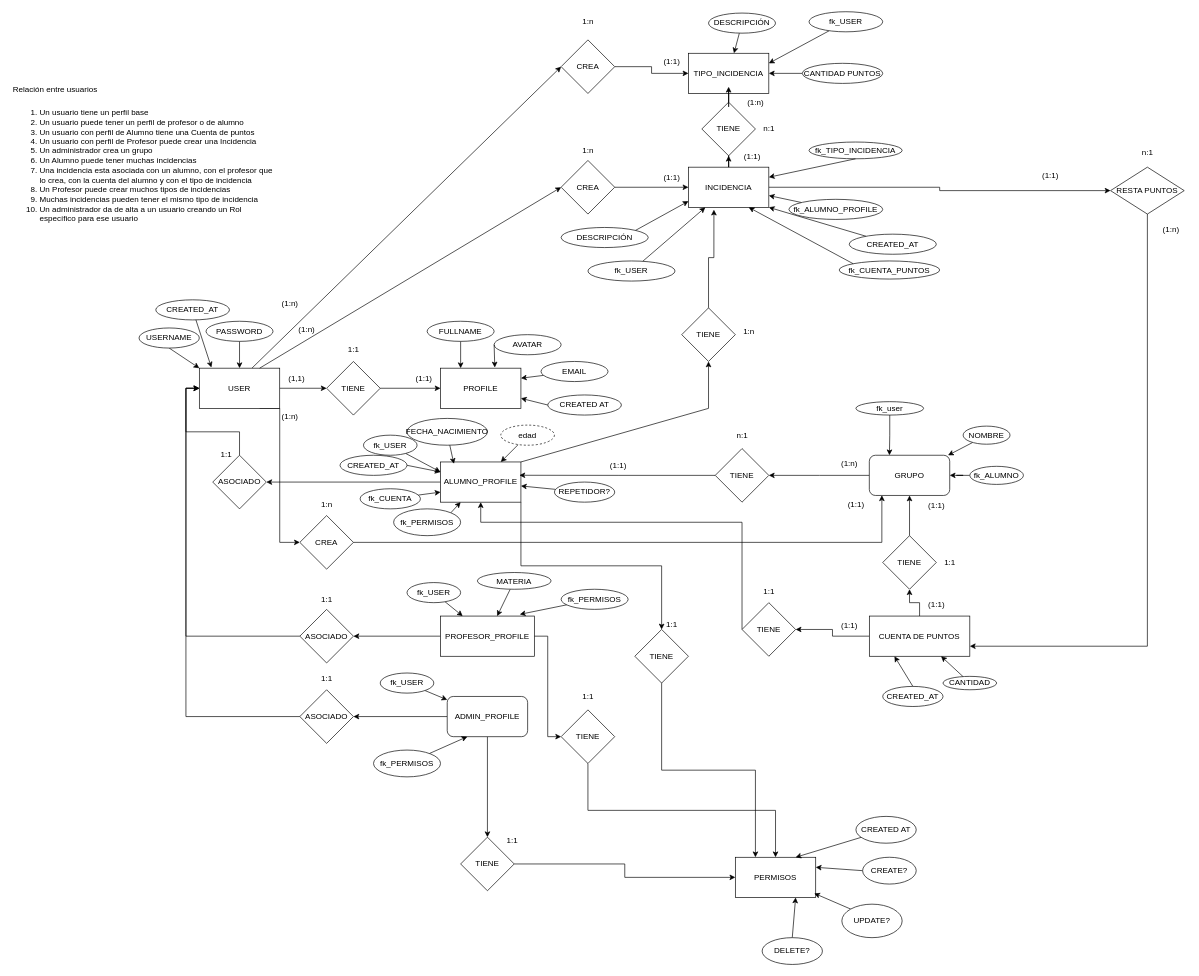
Above: DIAGRAMA-CARNET-PUNTOS.drawio in V4l3ntino/api-carnet-puntos (draw.io), before the change. Source tidied: cells renumbered, new cells numbered last; positions are measured from the earlier drawing's top-left corner, leaving out a move shared by most shapes. Both pictures are drawn from the tidied source at 67%, with x=0, y=0 at pixel (11, 11).
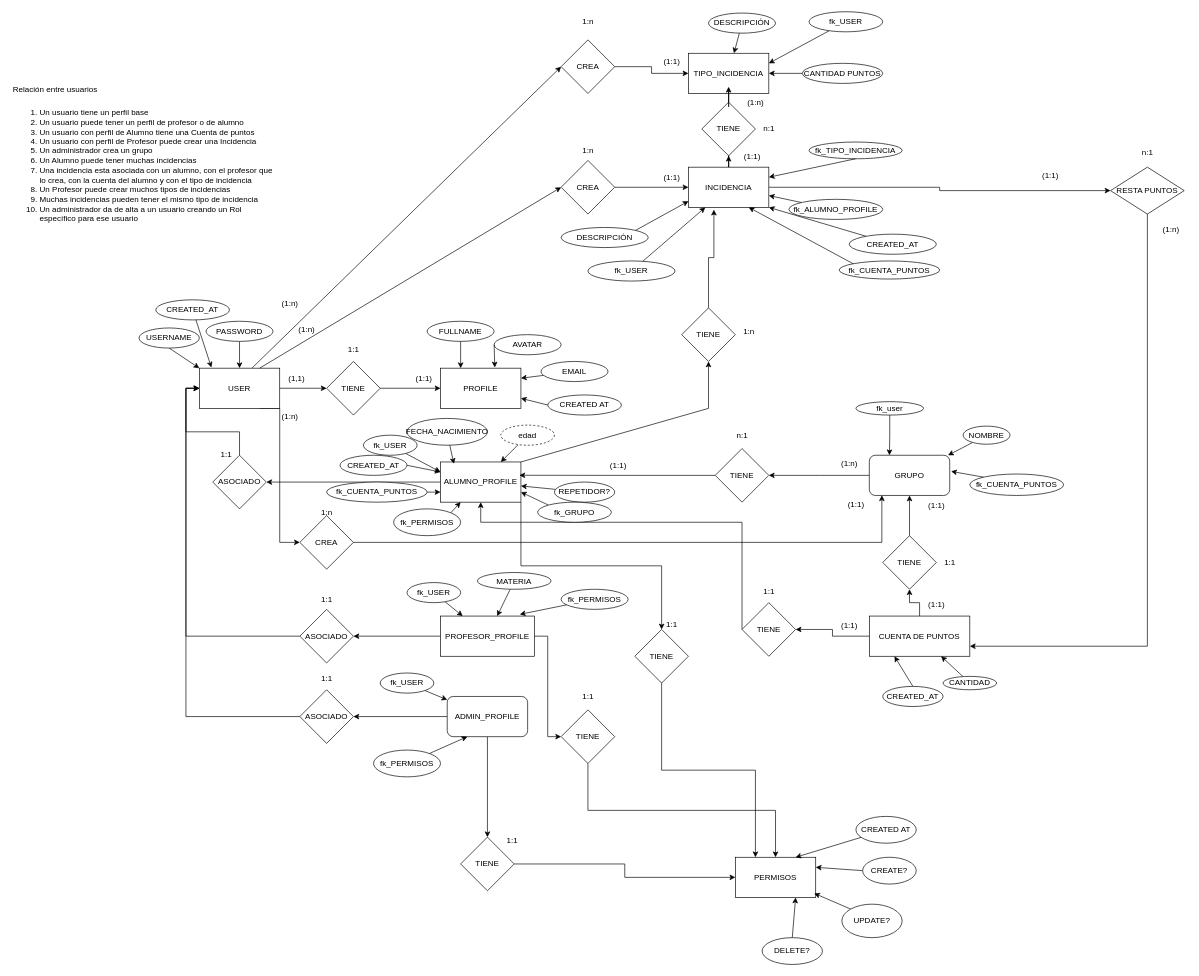
Above is the later version.

Commit message:
El alumno almacena el puntero de grupo y el grupo almacena el puntero de la cuenta

Unchanged cells that the change refers to:
```xml
<mxCell id="25" value="ALUMNO_PROFILE" style="whiteSpace=wrap;html=1;" parent="1" vertex="1">
  <mxGeometry x="640" y="672" width="120" height="60" as="geometry" />
</mxCell>
<mxCell id="34" value="REPETIDOR?" style="ellipse;whiteSpace=wrap;html=1;" parent="1" vertex="1">
  <mxGeometry x="810" y="702" width="90" height="30" as="geometry" />
</mxCell>
<mxCell id="45" value="GRUPO" style="rounded=1;whiteSpace=wrap;html=1;" parent="1" vertex="1">
  <mxGeometry x="1280" y="662" width="120" height="60" as="geometry" />
</mxCell>
```

Change to the diagram source:
```diff
@@
-    <mxCell id="53" style="edgeStyle=orthogonalEdgeStyle;rounded=0;jettySize=auto;html=1;" parent="1" edge="1" source="54" target="45">
-      <mxGeometry relative="1" as="geometry" />
-    </mxCell>
-    <mxCell id="54" value="fk_ALUMNO" style="ellipse;whiteSpace=wrap;html=1;" parent="1" vertex="1">
-      <mxGeometry x="1430" y="678.5" width="80" height="27" as="geometry" />
-    </mxCell>
@@
-    <mxCell id="64" style="edgeStyle=orthogonalEdgeStyle;rounded=0;orthogonalLoop=1;jettySize=auto;html=1;exitX=0.5;exitY=1;exitDx=0;exitDy=0;" parent="1" edge="1" source="34" target="34">
-      <mxGeometry relative="1" as="geometry" />
+    <mxCell id="64" style="edgeStyle=orthogonalEdgeStyle;rounded=0;orthogonalLoop=1;jettySize=auto;html=1;exitX=0.5;exitY=1;exitDx=0;exitDy=0;" parent="1" edge="1">
+      <mxGeometry relative="1" as="geometry">
+        <mxPoint x="870" y="802" as="sourcePoint" />
+        <mxPoint x="870" y="802" as="targetPoint" />
+      </mxGeometry>
     </mxCell>
@@
-    <mxCell id="66" value="fk_CUENTA" style="ellipse;whiteSpace=wrap;html=1;" parent="1" vertex="1">
-      <mxGeometry x="520" y="712" width="90" height="30" as="geometry" />
+    <mxCell id="66" value="fk_CUENTA_PUNTOS" style="ellipse;whiteSpace=wrap;html=1;" parent="1" vertex="1">
+      <mxGeometry x="470" y="702" width="150" height="30" as="geometry" />
     </mxCell>
@@
     <mxCell id="126" value="1:n" style="text;html=1;align=center;verticalAlign=middle;strokeColor=none;fillColor=none;" parent="1" vertex="1">
-      <mxGeometry x="450" y="720" width="40" height="30" as="geometry" />
+      <mxGeometry x="450" y="732" width="40" height="30" as="geometry" />
     </mxCell>
@@
+    <mxCell id="169" style="rounded=0;jettySize=auto;html=1;exitX=0;exitY=0;exitDx=0;exitDy=0;entryX=1;entryY=0.75;entryDx=0;entryDy=0;" parent="1" edge="1" source="170" target="25">
+      <mxGeometry relative="1" as="geometry" />
+    </mxCell>
+    <mxCell id="170" value="fk_GRUPO" style="ellipse;whiteSpace=wrap;html=1;" parent="1" vertex="1">
+      <mxGeometry x="785" y="732" width="110" height="30" as="geometry" />
+    </mxCell>
+    <mxCell id="171" value="fk_CUENTA_PUNTOS" style="ellipse;whiteSpace=wrap;html=1;" parent="1" vertex="1">
+      <mxGeometry x="1430" y="690" width="140" height="32" as="geometry" />
+    </mxCell>
+    <mxCell id="172" style="rounded=0;jettySize=auto;html=1;exitX=0;exitY=0;exitDx=0;exitDy=0;entryX=1.017;entryY=0.4;entryDx=0;entryDy=0;entryPerimeter=0;" parent="1" edge="1" source="171" target="45">
+      <mxGeometry relative="1" as="geometry" />
+    </mxCell>
```
